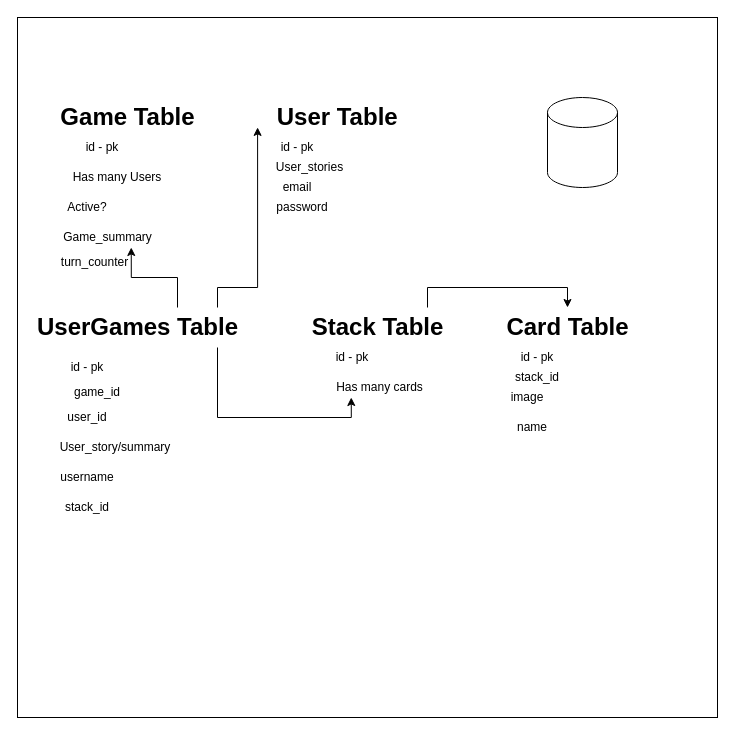
This is telepic_be.drawio from Telepic-Game/Telepic_BE, a draw.io file, before an edit. Source tidied: cells renumbered, new cells numbered last; positions are measured from the earlier drawing's top-left corner, leaving out a move shared by most shapes. Both pictures are drawn from the tidied source at 100%, with x=0, y=0 at pixel (17, 17).
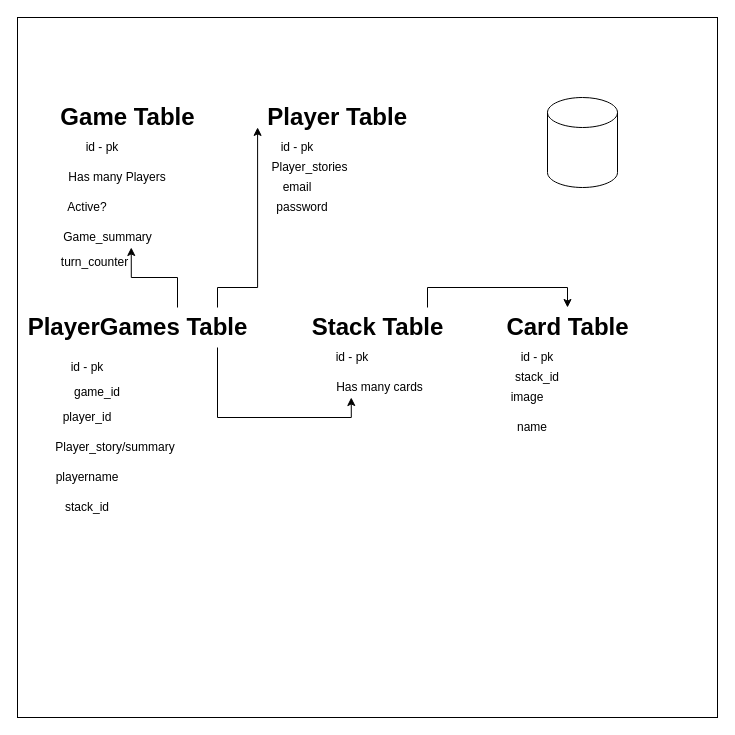
After the change.

The edit, as a diff of the source:
```diff
@@
-    <mxCell id="4" value="Has many Users" style="text;html=1;strokeColor=none;fillColor=none;align=center;verticalAlign=middle;whiteSpace=wrap;rounded=0;" parent="1" vertex="1">
+    <mxCell id="4" value="Has many Players" style="text;html=1;strokeColor=none;fillColor=none;align=center;verticalAlign=middle;whiteSpace=wrap;rounded=0;" parent="1" vertex="1">
       <mxGeometry x="50" y="150" width="100" height="20" as="geometry" />
     </mxCell>
@@
-    <mxCell id="6" value="User Table&amp;nbsp;" style="text;strokeColor=none;fillColor=none;html=1;fontSize=24;fontStyle=1;verticalAlign=middle;align=center;" parent="1" vertex="1">
+    <mxCell id="6" value="Player Table&amp;nbsp;" style="text;strokeColor=none;fillColor=none;html=1;fontSize=24;fontStyle=1;verticalAlign=middle;align=center;" parent="1" vertex="1">
       <mxGeometry x="265" y="80" width="115" height="40" as="geometry" />
     </mxCell>
@@
-    <mxCell id="11" value="UserGames Table" style="text;strokeColor=none;fillColor=none;html=1;fontSize=24;fontStyle=1;verticalAlign=middle;align=center;" parent="1" vertex="1">
+    <mxCell id="11" value="PlayerGames Table" style="text;strokeColor=none;fillColor=none;html=1;fontSize=24;fontStyle=1;verticalAlign=middle;align=center;" parent="1" vertex="1">
       <mxGeometry x="40" y="290" width="160" height="40" as="geometry" />
     </mxCell>
@@
-    <mxCell id="14" value="user_id" style="text;html=1;strokeColor=none;fillColor=none;align=center;verticalAlign=middle;whiteSpace=wrap;rounded=0;" parent="1" vertex="1">
+    <mxCell id="14" value="player_id" style="text;html=1;strokeColor=none;fillColor=none;align=center;verticalAlign=middle;whiteSpace=wrap;rounded=0;" parent="1" vertex="1">
       <mxGeometry x="50" y="390" width="40" height="20" as="geometry" />
     </mxCell>
@@
-    <mxCell id="23" value="User_story/summary" style="text;html=1;strokeColor=none;fillColor=none;align=center;verticalAlign=middle;whiteSpace=wrap;rounded=0;" parent="1" vertex="1">
+    <mxCell id="23" value="Player_story/summary" style="text;html=1;strokeColor=none;fillColor=none;align=center;verticalAlign=middle;whiteSpace=wrap;rounded=0;" parent="1" vertex="1">
       <mxGeometry x="57.5" y="420" width="80" height="20" as="geometry" />
     </mxCell>
-    <mxCell id="24" value="User_stories" style="text;html=1;strokeColor=none;fillColor=none;align=center;verticalAlign=middle;whiteSpace=wrap;rounded=0;" parent="1" vertex="1">
+    <mxCell id="24" value="Player_stories" style="text;html=1;strokeColor=none;fillColor=none;align=center;verticalAlign=middle;whiteSpace=wrap;rounded=0;" parent="1" vertex="1">
       <mxGeometry x="265" y="140" width="55" height="20" as="geometry" />
     </mxCell>
@@
-    <mxCell id="27" value="username" style="text;html=1;strokeColor=none;fillColor=none;align=center;verticalAlign=middle;whiteSpace=wrap;rounded=0;" parent="1" vertex="1">
+    <mxCell id="27" value="playername" style="text;html=1;strokeColor=none;fillColor=none;align=center;verticalAlign=middle;whiteSpace=wrap;rounded=0;" parent="1" vertex="1">
       <mxGeometry x="50" y="450" width="40" height="20" as="geometry" />
     </mxCell>
```
